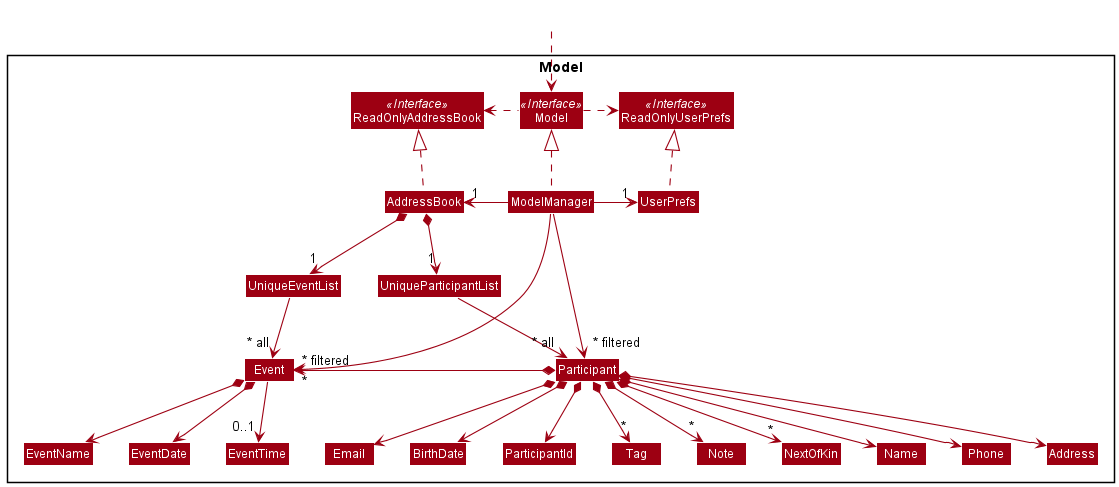
Before: docs/images/ModelClassDiagram.png, a diagram exported from PlantUML (nus-cs2103-AY2122S1/tp).
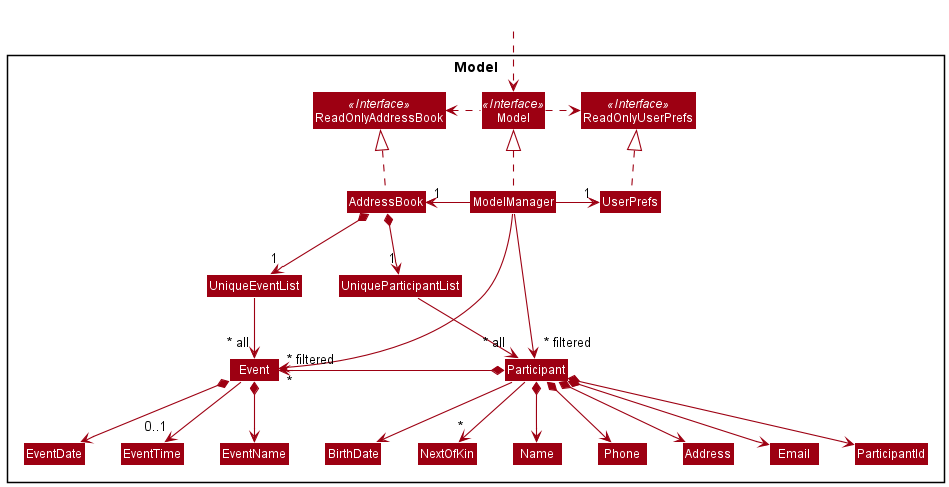
Later version of the same file.

Commit message:
Remove Tag and Notes from Participant

The edit, as a diff of the source:
```diff
@@ -22,10 +22,8 @@
 Class Email
 Class Name
 Class Phone
+Class ParticipantId
 Class BirthDate
-Class ParticipantId
-Class Tag
-Class Note
 Class NextOfKin
 Class Event
 Class EventName
@@ -58,10 +56,8 @@
 Participant *--> Email
 Participant *--> Address
 Participant *--> ParticipantId
-Participant *--> BirthDate
-Participant *--> "*" Tag
-Participant *--> "*" Note
-Participant *--> "*" NextOfKin
+Participant --> BirthDate
+Participant --> "*" NextOfKin
 Participant *-left-> "*" Event
 
 Name -[hidden]right-> Phone
```
